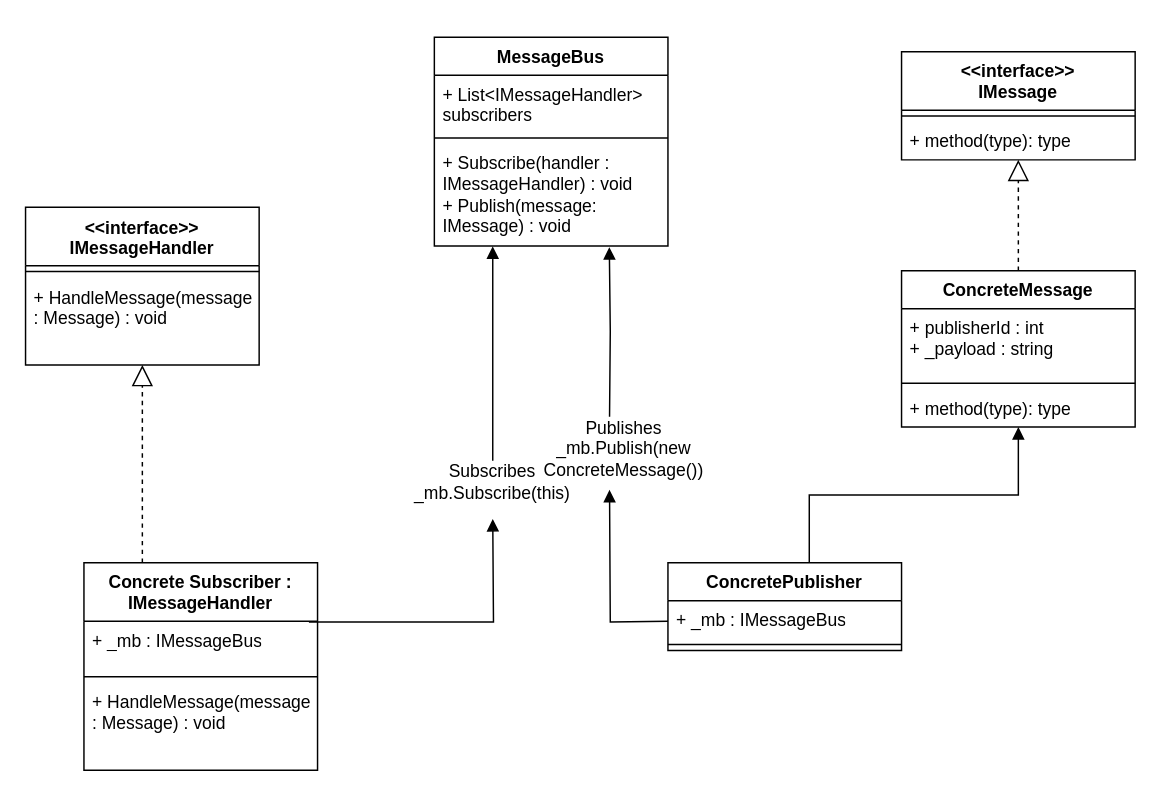
Earlier version of the draw.io diagram message_bus_generic.drawio (peterma-git/SW4SWD-DesignPatternsAssignment-Group16-message-bus-vs-project). Source tidied: cells renumbered, new cells numbered last; positions are measured from the earlier drawing's top-left corner, leaving out a move shared by most shapes. Both pictures are drawn from the tidied source at 146%, with x=0, y=0 at pixel (25, 36).
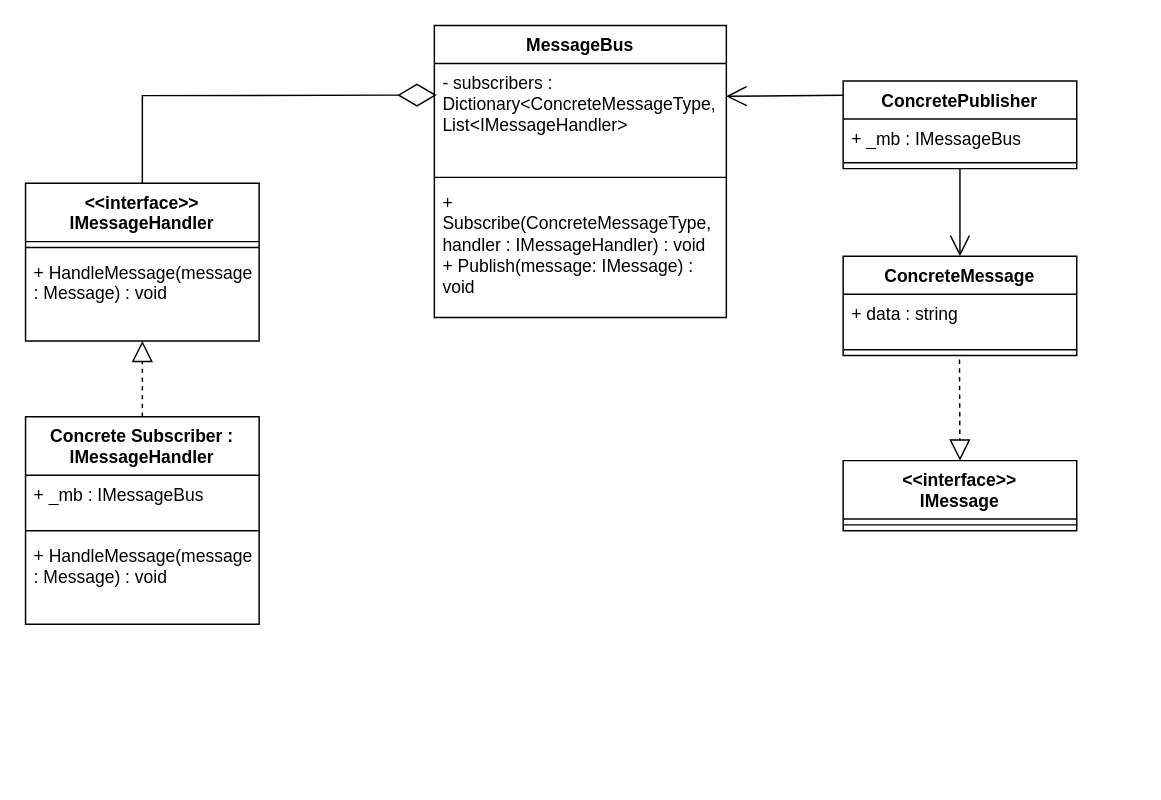
The same page after the edit.

Commit message (it also covers changes not shown here):
update generic diagram

Change to the diagram source:
```diff
@@
     <mxCell id="2" value="MessageBus" style="swimlane;fontStyle=1;align=center;verticalAlign=top;horizontal=1;startSize=26;whiteSpace=wrap;html=1;" parent="1" vertex="1">
-      <mxGeometry x="280" width="160" height="143" as="geometry" />
+      <mxGeometry x="280" y="-8" width="200" height="200" as="geometry" />
     </mxCell>
-    <mxCell id="3" value="+ List&amp;lt;IMessageHandler&amp;gt; subscribers" style="text;strokeColor=none;fillColor=none;align=left;verticalAlign=top;spacingLeft=4;spacingRight=4;overflow=hidden;points=[[0,0.5],[1,0.5]];portConstraint=eastwest;whiteSpace=wrap;html=1;" parent="2" vertex="1">
-      <mxGeometry y="26" width="160" height="39" as="geometry" />
+    <mxCell id="3" value="- subscribers : Dictionary&amp;lt;ConcreteMessageType, List&amp;lt;IMessageHandler&amp;gt;&amp;nbsp;" style="text;strokeColor=none;fillColor=none;align=left;verticalAlign=top;spacingLeft=4;spacingRight=4;overflow=hidden;points=[[0,0.5],[1,0.5]];portConstraint=eastwest;whiteSpace=wrap;html=1;" parent="2" vertex="1">
+      <mxGeometry y="26" width="200" height="74" as="geometry" />
     </mxCell>
     <mxCell id="4" style="line;strokeWidth=1;fillColor=none;align=left;verticalAlign=middle;spacingTop=-1;spacingLeft=3;spacingRight=3;labelPosition=right;strokeColor=inherit;labelPerimeter=1;" parent="2" vertex="1">
-      <mxGeometry y="65" width="160" height="8" as="geometry" />
+      <mxGeometry y="100" width="200" height="8" as="geometry" />
     </mxCell>
-    <mxCell id="5" value="&lt;div&gt;+ Subscribe(handler : IMessageHandler) : void&lt;/div&gt;&lt;div&gt;+ Publish(message: IMessage) : void&lt;/div&gt;" style="text;strokeColor=none;fillColor=none;align=left;verticalAlign=top;spacingLeft=4;spacingRight=4;overflow=hidden;points=[[0,0.5],[1,0.5]];portConstraint=eastwest;whiteSpace=wrap;html=1;" parent="2" vertex="1">
-      <mxGeometry y="73" width="160" height="70" as="geometry" />
+    <mxCell id="5" value="&lt;div&gt;+ Subscribe(ConcreteMessageType, handler : IMessageHandler) : void&lt;/div&gt;&lt;div&gt;+ Publish(message: IMessage) : void&lt;/div&gt;" style="text;strokeColor=none;fillColor=none;align=left;verticalAlign=top;spacingLeft=4;spacingRight=4;overflow=hidden;points=[[0,0.5],[1,0.5]];portConstraint=eastwest;whiteSpace=wrap;html=1;" parent="2" vertex="1">
+      <mxGeometry y="108" width="200" height="92" as="geometry" />
     </mxCell>
     <mxCell id="6" value="&lt;div&gt;&amp;lt;&amp;lt;interface&amp;gt;&amp;gt;&lt;/div&gt;&lt;div&gt;IMessageHandler&lt;/div&gt;" style="swimlane;fontStyle=1;align=center;verticalAlign=top;horizontal=1;startSize=40;whiteSpace=wrap;html=1;" parent="1" vertex="1">
-      <mxGeometry y="116.5" width="160" height="108" as="geometry" />
+      <mxGeometry y="100" width="160" height="108" as="geometry" />
     </mxCell>
@@
     <mxCell id="9" value="ConcreteMessage" style="swimlane;fontStyle=1;align=center;verticalAlign=top;horizontal=1;startSize=26;whiteSpace=wrap;html=1;" parent="1" vertex="1">
-      <mxGeometry x="600" y="160" width="160" height="107" as="geometry" />
+      <mxGeometry x="560" y="150" width="160" height="68" as="geometry" />
     </mxCell>
-    <mxCell id="10" value="&lt;div&gt;+ publisherId : int&lt;/div&gt;+ _payload : string" style="text;strokeColor=none;fillColor=none;align=left;verticalAlign=top;spacingLeft=4;spacingRight=4;overflow=hidden;whiteSpace=wrap;html=1;" parent="9" vertex="1">
-      <mxGeometry y="26" width="160" height="47" as="geometry" />
+    <mxCell id="10" value="&lt;div&gt;&lt;span style=&quot;background-color: transparent; color: light-dark(#000000, var(--ge-light-color, #ffffff));&quot;&gt;+ data : string&lt;/span&gt;&lt;/div&gt;" style="text;strokeColor=none;fillColor=none;align=left;verticalAlign=top;spacingLeft=4;spacingRight=4;overflow=hidden;whiteSpace=wrap;html=1;" parent="9" vertex="1">
+      <mxGeometry y="26" width="160" height="34" as="geometry" />
     </mxCell>
     <mxCell id="11" style="line;strokeWidth=1;fillColor=none;align=left;verticalAlign=middle;spacingTop=-1;spacingLeft=3;spacingRight=3;labelPosition=right;points=[];portConstraint=eastwest;strokeColor=inherit;labelPerimeter=1;" parent="9" vertex="1">
-      <mxGeometry y="73" width="160" height="8" as="geometry" />
+      <mxGeometry y="60" width="160" height="8" as="geometry" />
     </mxCell>
-    <mxCell id="12" value="+ method(type): type" style="text;strokeColor=none;fillColor=none;align=left;verticalAlign=top;spacingLeft=4;spacingRight=4;overflow=hidden;whiteSpace=wrap;html=1;" parent="9" vertex="1">
-      <mxGeometry y="81" width="160" height="26" as="geometry" />
-    </mxCell>
     <mxCell id="13" value="Concrete Subscriber : IMessageHandler" style="swimlane;fontStyle=1;align=center;verticalAlign=top;horizontal=1;startSize=40;whiteSpace=wrap;html=1;" parent="1" vertex="1">
-      <mxGeometry x="40" y="360" width="160" height="142" as="geometry" />
+      <mxGeometry y="260" width="160" height="142" as="geometry" />
     </mxCell>
@@
-    <mxCell id="17" style="endArrow=block;dashed=1;endFill=0;endSize=12;html=1;rounded=0;defaultLabelBackgroundColor=page;exitX=0.25;exitY=0;exitDx=0;exitDy=0;entryX=0.5;entryY=1;entryDx=0;entryDy=0;" parent="1" edge="1" source="13" target="6">
+    <mxCell id="17" style="endArrow=block;dashed=1;endFill=0;endSize=12;html=1;rounded=0;defaultLabelBackgroundColor=page;exitX=0.5;exitY=0;exitDx=0;exitDy=0;entryX=0.5;entryY=1;entryDx=0;entryDy=0;" parent="1" edge="1" source="13" target="6">
       <mxGeometry relative="1" as="geometry" />
     </mxCell>
     <mxCell id="18" value="ConcretePublisher" style="swimlane;fontStyle=1;align=center;verticalAlign=top;horizontal=1;startSize=26;whiteSpace=wrap;html=1;" parent="1" vertex="1">
-      <mxGeometry x="440" y="360" width="160" height="60" as="geometry" />
+      <mxGeometry x="560" y="30" width="160" height="60" as="geometry" />
     </mxCell>
@@
     <mxCell id="21" value="&lt;div&gt;&amp;lt;&amp;lt;interface&amp;gt;&amp;gt;&lt;/div&gt;&lt;div&gt;IMessage&lt;/div&gt;" style="swimlane;fontStyle=1;align=center;verticalAlign=top;horizontal=1;startSize=40;whiteSpace=wrap;html=1;" parent="1" vertex="1">
-      <mxGeometry x="600" y="10" width="160" height="74" as="geometry" />
+      <mxGeometry x="560" y="290" width="160" height="48" as="geometry" />
     </mxCell>
@@
-    <mxCell id="23" value="+ method(type): type" style="text;strokeColor=none;fillColor=none;align=left;verticalAlign=top;spacingLeft=4;spacingRight=4;overflow=hidden;whiteSpace=wrap;html=1;" parent="21" vertex="1">
-      <mxGeometry y="48" width="160" height="26" as="geometry" />
-    </mxCell>
-    <mxCell id="24" style="endArrow=block;dashed=1;endFill=0;endSize=12;html=1;rounded=0;defaultLabelBackgroundColor=page;entryX=0.5;entryY=1;entryDx=0;entryDy=0;exitX=0.5;exitY=0;exitDx=0;exitDy=0;" parent="1" edge="1" source="9" target="21">
-      <mxGeometry relative="1" as="geometry" />
-    </mxCell>
-    <mxCell id="25" style="endArrow=block;endFill=1;html=1;edgeStyle=orthogonalEdgeStyle;align=left;verticalAlign=top;rounded=0;defaultLabelBackgroundColor=page;entryX=0.749;entryY=1.011;entryDx=0;entryDy=0;entryPerimeter=0;" parent="1" edge="1" target="5">
-      <mxGeometry x="-1" relative="1" as="geometry">
-        <mxPoint x="400" y="260" as="sourcePoint" />
-      </mxGeometry>
-    </mxCell>
-    <mxCell id="26" style="endArrow=block;endFill=1;html=1;edgeStyle=orthogonalEdgeStyle;align=left;verticalAlign=top;rounded=0;defaultLabelBackgroundColor=page;exitX=0.605;exitY=0.003;exitDx=0;exitDy=0;entryX=0.5;entryY=1;entryDx=0;entryDy=0;exitPerimeter=0;" parent="1" edge="1" source="18" target="9">
-      <mxGeometry x="-1" relative="1" as="geometry" />
-    </mxCell>
-    <mxCell id="27" style="endArrow=block;endFill=1;html=1;edgeStyle=orthogonalEdgeStyle;align=left;verticalAlign=top;rounded=0;defaultLabelBackgroundColor=page;entryX=0.25;entryY=1.003;entryDx=0;entryDy=0;entryPerimeter=0;" parent="1" edge="1" source="29" target="5">
-      <mxGeometry x="-1" relative="1" as="geometry" />
-    </mxCell>
-    <mxCell id="28" style="endArrow=block;endFill=1;html=1;edgeStyle=orthogonalEdgeStyle;align=left;verticalAlign=top;rounded=0;defaultLabelBackgroundColor=page;exitX=0.963;exitY=0.285;exitDx=0;exitDy=0;exitPerimeter=0;" parent="1" edge="1" source="13">
-      <mxGeometry x="-1" relative="1" as="geometry">
-        <mxPoint x="320" y="330" as="targetPoint" />
-      </mxGeometry>
-    </mxCell>
-    <mxCell id="29" value="Subscribes&lt;div&gt;_mb.Subscribe(this)&lt;/div&gt;" style="text;html=1;whiteSpace=wrap;strokeColor=none;fillColor=none;align=center;verticalAlign=middle;rounded=0;" parent="1" vertex="1">
-      <mxGeometry x="290" y="290" width="60" height="30" as="geometry" />
-    </mxCell>
-    <mxCell id="30" style="endArrow=block;endFill=1;html=1;edgeStyle=orthogonalEdgeStyle;align=left;verticalAlign=top;rounded=0;defaultLabelBackgroundColor=page;" parent="1" edge="1">
-      <mxGeometry x="-1" relative="1" as="geometry">
-        <mxPoint x="440" y="400" as="sourcePoint" />
-        <mxPoint x="400" y="310" as="targetPoint" />
-      </mxGeometry>
-    </mxCell>
-    <mxCell id="31" value="Publishes&lt;div&gt;_mb.Publish(new ConcreteMessage())&lt;/div&gt;" style="text;html=1;whiteSpace=wrap;strokeColor=none;fillColor=none;align=center;verticalAlign=middle;rounded=0;" parent="1" vertex="1">
-      <mxGeometry x="380" y="267" width="60" height="30" as="geometry" />
-    </mxCell>
+    <mxCell id="32" style="endArrow=diamondThin;endFill=0;endSize=24;html=1;rounded=0;defaultLabelBackgroundColor=page;exitX=0.5;exitY=0;exitDx=0;exitDy=0;entryX=0.008;entryY=0.292;entryDx=0;entryDy=0;entryPerimeter=0;" parent="1" edge="1" source="6" target="3">
+      <mxGeometry x="-0.02" relative="1" as="geometry">
+        <Array as="points">
+          <mxPoint x="80" y="40" />
+        </Array>
+      </mxGeometry>
+    </mxCell>
+    <mxCell id="33" style="endArrow=open;endFill=1;endSize=12;html=1;rounded=0;defaultLabelBackgroundColor=page;exitX=0.5;exitY=1;exitDx=0;exitDy=0;" parent="1" edge="1" source="18">
+      <mxGeometry relative="1" as="geometry">
+        <mxPoint x="640" y="150" as="targetPoint" />
+      </mxGeometry>
+    </mxCell>
+    <mxCell id="34" style="endArrow=open;endFill=1;endSize=12;html=1;rounded=0;defaultLabelBackgroundColor=page;exitX=0.002;exitY=0.162;exitDx=0;exitDy=0;entryX=0.999;entryY=0.304;entryDx=0;entryDy=0;entryPerimeter=0;exitPerimeter=0;" parent="1" edge="1" source="18" target="3">
+      <mxGeometry relative="1" as="geometry" />
+    </mxCell>
+    <mxCell id="35" style="endArrow=block;dashed=1;endFill=0;endSize=12;html=1;rounded=0;defaultLabelBackgroundColor=page;exitX=0.498;exitY=1.344;exitDx=0;exitDy=0;exitPerimeter=0;entryX=0.5;entryY=0;entryDx=0;entryDy=0;" parent="1" edge="1" source="11" target="21">
+      <mxGeometry relative="1" as="geometry" />
+    </mxCell>
```
